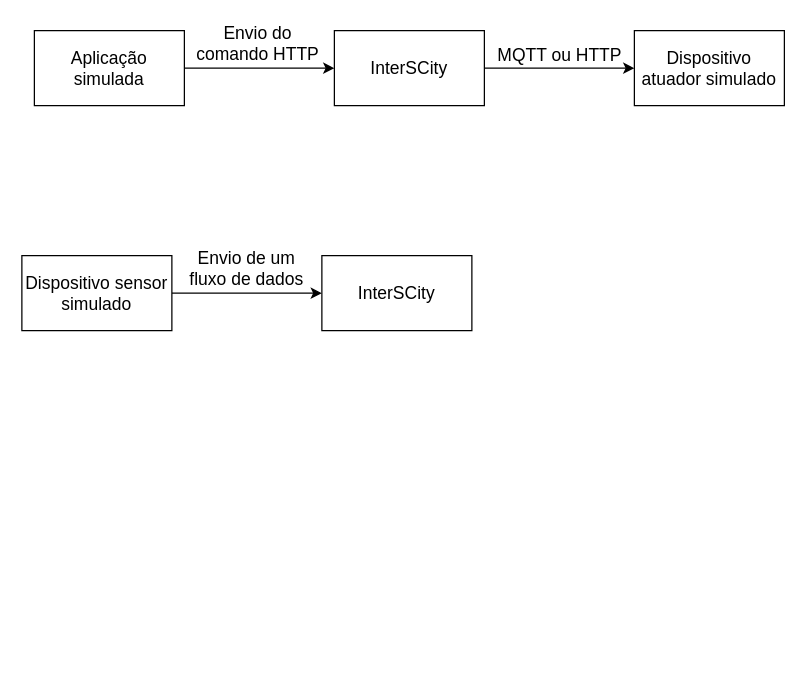
Before: fase 2 - mqtt insterscity/doc/2.3 artigo SBRC/final/drawio/Testes.drawio in batmacumba/misiot, a draw.io diagram. Source tidied: cells renumbered, new cells numbered last; positions are measured from the earlier drawing's top-left corner, leaving out a move shared by most shapes. Both pictures are drawn from the tidied source at 125%, with x=0, y=0 at pixel (21, 30).
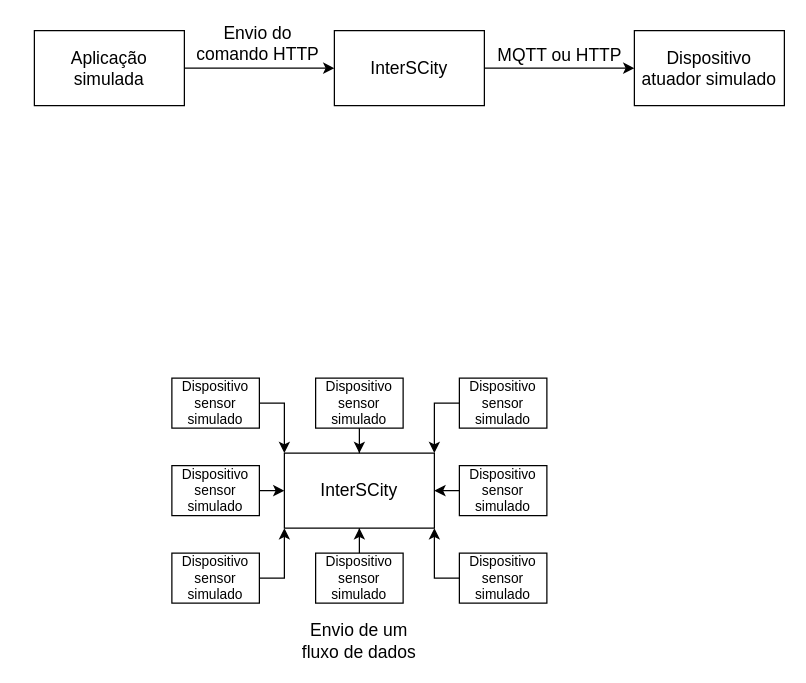
After the change.

Diff of the diagram source:
```diff
@@
-    <mxCell id="10" value="&lt;font style=&quot;font-size: 14px&quot;&gt;Dispositivo sensor simulado&lt;font style=&quot;font-size: 14px&quot;&gt;&lt;br&gt;&lt;/font&gt;&lt;/font&gt;" style="rounded=0;whiteSpace=wrap;html=1;" parent="1" vertex="1">
-      <mxGeometry y="180" width="120" height="60" as="geometry" />
+    <mxCell id="10" value="&lt;font style=&quot;font-size: 11px;&quot;&gt;Dispositivo sensor simulado&lt;font style=&quot;font-size: 11px;&quot;&gt;&lt;br style=&quot;font-size: 11px;&quot;&gt;&lt;/font&gt;&lt;/font&gt;" style="rounded=0;whiteSpace=wrap;html=1;fontSize=11;" parent="1" vertex="1">
+      <mxGeometry x="120" y="348" width="70" height="40" as="geometry" />
     </mxCell>
     <mxCell id="11" value="&lt;font style=&quot;font-size: 14px&quot;&gt;InterSCity&lt;/font&gt;" style="rounded=0;whiteSpace=wrap;html=1;" parent="1" vertex="1">
-      <mxGeometry x="240" y="180" width="120" height="60" as="geometry" />
+      <mxGeometry x="210" y="338" width="120" height="60" as="geometry" />
     </mxCell>
     <mxCell id="12" value="Envio de um fluxo de dados" style="text;html=1;strokeColor=none;fillColor=none;align=center;verticalAlign=middle;whiteSpace=wrap;rounded=0;labelBackgroundColor=none;fontSize=14;" parent="1" vertex="1">
-      <mxGeometry x="125" y="180" width="110" height="20" as="geometry" />
+      <mxGeometry x="215" y="478" width="110" height="20" as="geometry" />
     </mxCell>
+    <mxCell id="13" style="edgeStyle=orthogonalEdgeStyle;rounded=0;jettySize=auto;html=1;entryX=0;entryY=1;entryDx=0;entryDy=0;fontSize=11;" parent="1" edge="1" source="14" target="11">
+      <mxGeometry relative="1" as="geometry" />
+    </mxCell>
+    <mxCell id="14" value="&lt;font style=&quot;font-size: 11px;&quot;&gt;Dispositivo sensor simulado&lt;font style=&quot;font-size: 11px;&quot;&gt;&lt;br style=&quot;font-size: 11px;&quot;&gt;&lt;/font&gt;&lt;/font&gt;" style="rounded=0;whiteSpace=wrap;html=1;fontSize=11;" parent="1" vertex="1">
+      <mxGeometry x="120" y="418" width="70" height="40" as="geometry" />
+    </mxCell>
+    <mxCell id="15" style="edgeStyle=orthogonalEdgeStyle;rounded=0;jettySize=auto;html=1;entryX=0.5;entryY=1;entryDx=0;entryDy=0;fontSize=11;" parent="1" edge="1" source="16" target="11">
+      <mxGeometry relative="1" as="geometry" />
+    </mxCell>
+    <mxCell id="16" value="&lt;font style=&quot;font-size: 11px;&quot;&gt;Dispositivo sensor simulado&lt;font style=&quot;font-size: 11px;&quot;&gt;&lt;br style=&quot;font-size: 11px;&quot;&gt;&lt;/font&gt;&lt;/font&gt;" style="rounded=0;whiteSpace=wrap;html=1;fontSize=11;" parent="1" vertex="1">
+      <mxGeometry x="235" y="418" width="70" height="40" as="geometry" />
+    </mxCell>
+    <mxCell id="17" style="edgeStyle=orthogonalEdgeStyle;rounded=0;jettySize=auto;html=1;exitX=0;exitY=0.5;exitDx=0;exitDy=0;entryX=1;entryY=0.5;entryDx=0;entryDy=0;fontSize=11;" parent="1" edge="1" source="18" target="11">
+      <mxGeometry relative="1" as="geometry" />
+    </mxCell>
+    <mxCell id="18" value="&lt;font style=&quot;font-size: 11px;&quot;&gt;Dispositivo sensor simulado&lt;font style=&quot;font-size: 11px;&quot;&gt;&lt;br style=&quot;font-size: 11px;&quot;&gt;&lt;/font&gt;&lt;/font&gt;" style="rounded=0;whiteSpace=wrap;html=1;fontSize=11;" parent="1" vertex="1">
+      <mxGeometry x="350" y="348" width="70" height="40" as="geometry" />
+    </mxCell>
+    <mxCell id="19" style="edgeStyle=orthogonalEdgeStyle;rounded=0;jettySize=auto;html=1;entryX=0.5;entryY=0;entryDx=0;entryDy=0;fontSize=11;" parent="1" edge="1" source="20" target="11">
+      <mxGeometry relative="1" as="geometry" />
+    </mxCell>
+    <mxCell id="20" value="&lt;font style=&quot;font-size: 11px;&quot;&gt;Dispositivo sensor simulado&lt;font style=&quot;font-size: 11px;&quot;&gt;&lt;br style=&quot;font-size: 11px;&quot;&gt;&lt;/font&gt;&lt;/font&gt;" style="rounded=0;whiteSpace=wrap;html=1;fontSize=11;" parent="1" vertex="1">
+      <mxGeometry x="235" y="278" width="70" height="40" as="geometry" />
+    </mxCell>
+    <mxCell id="21" style="edgeStyle=orthogonalEdgeStyle;rounded=0;jettySize=auto;html=1;entryX=1;entryY=1;entryDx=0;entryDy=0;fontSize=11;" parent="1" edge="1" source="22" target="11">
+      <mxGeometry relative="1" as="geometry" />
+    </mxCell>
+    <mxCell id="22" value="&lt;font style=&quot;font-size: 11px;&quot;&gt;Dispositivo sensor simulado&lt;font style=&quot;font-size: 11px;&quot;&gt;&lt;br style=&quot;font-size: 11px;&quot;&gt;&lt;/font&gt;&lt;/font&gt;" style="rounded=0;whiteSpace=wrap;html=1;fontSize=11;" parent="1" vertex="1">
+      <mxGeometry x="350" y="418" width="70" height="40" as="geometry" />
+    </mxCell>
+    <mxCell id="23" style="edgeStyle=orthogonalEdgeStyle;rounded=0;jettySize=auto;html=1;entryX=1;entryY=0;entryDx=0;entryDy=0;fontSize=11;" parent="1" edge="1" source="24" target="11">
+      <mxGeometry relative="1" as="geometry" />
+    </mxCell>
+    <mxCell id="24" value="&lt;font style=&quot;font-size: 11px;&quot;&gt;Dispositivo sensor simulado&lt;font style=&quot;font-size: 11px;&quot;&gt;&lt;br style=&quot;font-size: 11px;&quot;&gt;&lt;/font&gt;&lt;/font&gt;" style="rounded=0;whiteSpace=wrap;html=1;fontSize=11;" parent="1" vertex="1">
+      <mxGeometry x="350" y="278" width="70" height="40" as="geometry" />
+    </mxCell>
+    <mxCell id="25" style="edgeStyle=orthogonalEdgeStyle;rounded=0;jettySize=auto;html=1;entryX=0;entryY=0;entryDx=0;entryDy=0;fontSize=11;" parent="1" edge="1" source="26" target="11">
+      <mxGeometry relative="1" as="geometry" />
+    </mxCell>
+    <mxCell id="26" value="&lt;font style=&quot;font-size: 11px;&quot;&gt;Dispositivo sensor simulado&lt;font style=&quot;font-size: 11px;&quot;&gt;&lt;br style=&quot;font-size: 11px;&quot;&gt;&lt;/font&gt;&lt;/font&gt;" style="rounded=0;whiteSpace=wrap;html=1;fontSize=11;" parent="1" vertex="1">
+      <mxGeometry x="120" y="278" width="70" height="40" as="geometry" />
+    </mxCell>
```
